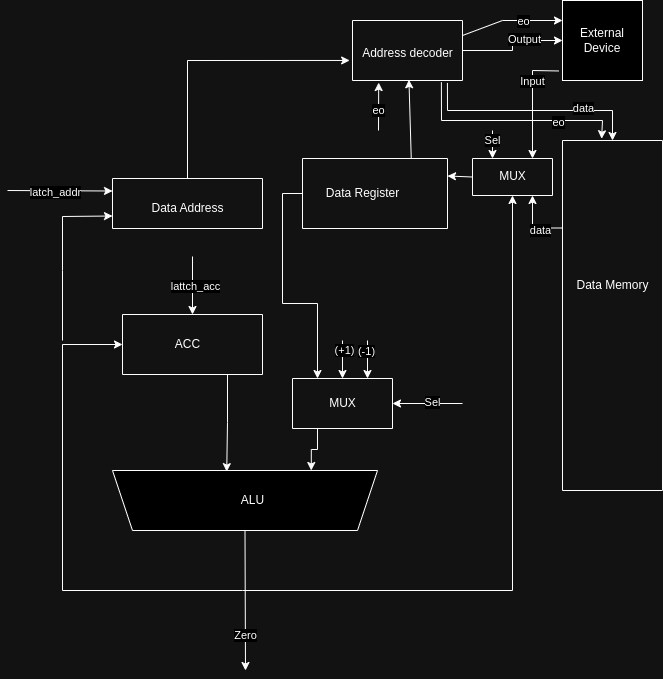
ExDoZu/csa keeps this draw.io diagram as img/dp.png. Above is the earlier version. Source tidied: cells renumbered, new cells last; positions are measured from the earlier drawing's top-left corner, leaving out a move shared by most shapes.
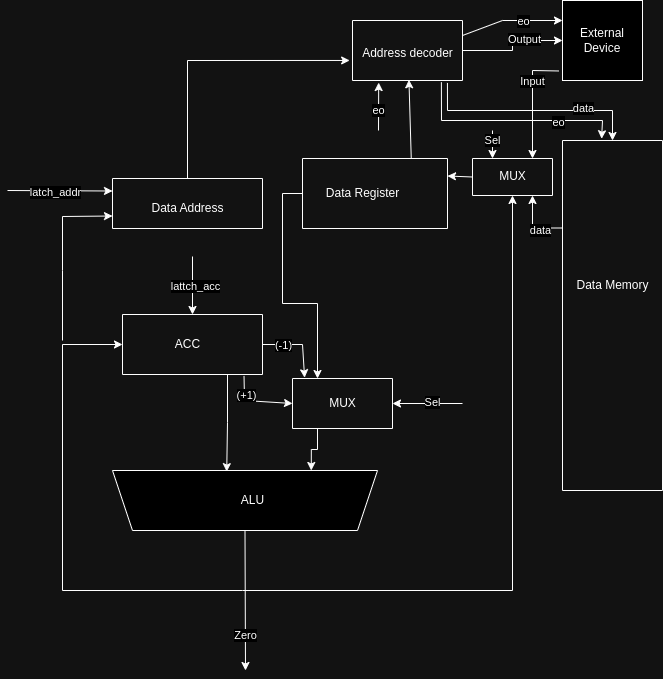
The same file after the commit.

Diff of the diagram source:
```diff
@@ -87,17 +87,21 @@
     <mxCell id="28" value="MUX" style="text;html=1;align=center;verticalAlign=middle;strokeColor=none;fillColor=none;" parent="27" vertex="1">
       <mxGeometry x="25" y="10" width="50" height="30" as="geometry" />
     </mxCell>
-    <mxCell id="29" style="endArrow=classic;html=1;rounded=0;entryX=0.5;entryY=0;entryDx=0;entryDy=0;" parent="1" edge="1" target="27">
+    <mxCell id="29" style="endArrow=classic;html=1;rounded=0;entryX=0;entryY=0.5;entryDx=0;entryDy=0;exitX=0.868;exitY=1.024;exitDx=0;exitDy=0;exitPerimeter=0;" parent="1" edge="1" source="17" target="27">
       <mxGeometry relative="1" as="geometry">
-        <mxPoint x="335" y="340" as="sourcePoint" />
+        <Array as="points">
+          <mxPoint x="237" y="400" />
+        </Array>
       </mxGeometry>
     </mxCell>
     <mxCell id="30" value="(+1)" style="edgeLabel;html=1;align=center;verticalAlign=middle;" parent="29" vertex="1">
       <mxGeometry x="-0.47" y="2" relative="1" as="geometry" />
     </mxCell>
-    <mxCell id="31" style="endArrow=classic;html=1;rounded=0;entryX=0.75;entryY=0;entryDx=0;entryDy=0;" parent="1" edge="1" target="27">
+    <mxCell id="31" style="endArrow=classic;html=1;rounded=0;entryX=0.121;entryY=-0.016;entryDx=0;entryDy=0;entryPerimeter=0;exitX=1;exitY=0.5;exitDx=0;exitDy=0;" parent="1" edge="1" source="17" target="27">
       <mxGeometry relative="1" as="geometry">
-        <mxPoint x="360" y="340" as="sourcePoint" />
+        <Array as="points">
+          <mxPoint x="295" y="344" />
+        </Array>
       </mxGeometry>
     </mxCell>
     <mxCell id="32" value="(-1)" style="edgeLabel;html=1;align=center;verticalAlign=middle;" parent="31" vertex="1">
```
